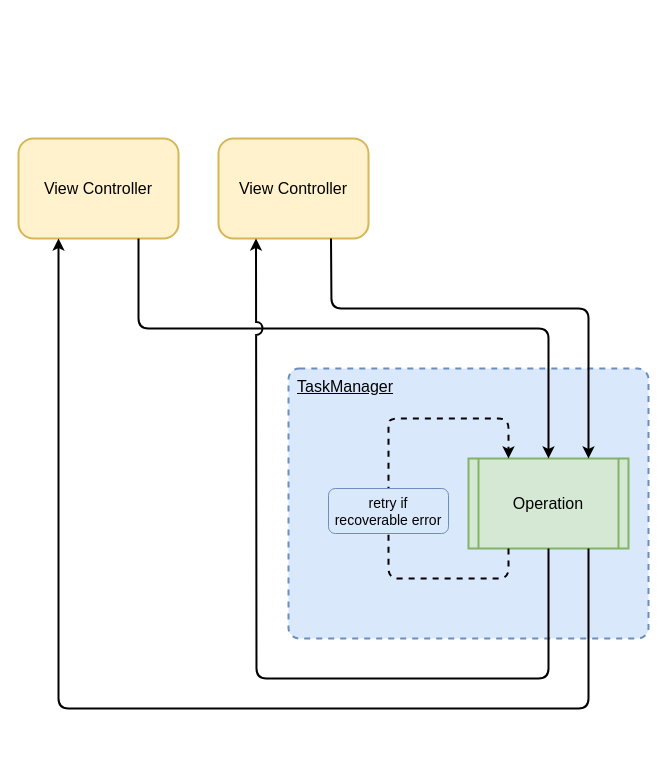
shakurocom/TaskManager keeps this draw.io diagram as task_manager_concept.drawio. Above is the earlier version. Source tidied: cells renumbered, new cells numbered last; positions are measured from the earlier drawing's top-left corner, leaving out a move shared by most shapes. Both pictures are drawn from the tidied source at 100%, with x=0, y=0 at pixel (18, 138).
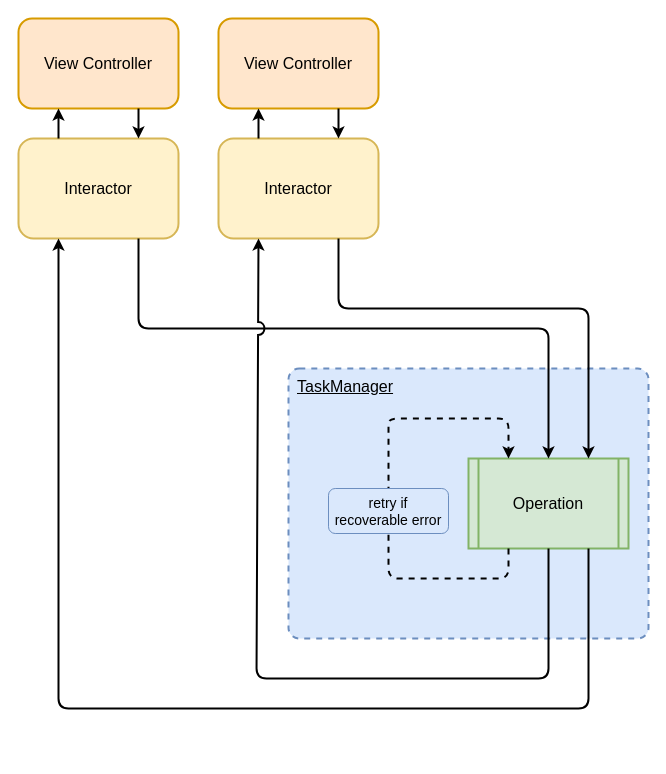
The same diagram, later.

Unchanged cells that the change refers to:
```xml
<mxCell id="5" value="Operation" style="shape=process;whiteSpace=wrap;html=1;backgroundOutline=1;shadow=0;strokeColor=#82b366;fillColor=#d5e8d4;size=0.0625;fontSize=16;strokeWidth=2;" parent="1" vertex="1">
  <mxGeometry x="450" y="320" width="160" height="90" as="geometry" />
</mxCell>
```

Change to the diagram source:
```diff
@@
-    <mxCell id="3" value="View Controller" style="rounded=1;whiteSpace=wrap;html=1;fillColor=#fff2cc;strokeColor=#d6b656;horizontal=1;fontSize=16;strokeWidth=2;" parent="1" vertex="1">
+    <mxCell id="3" value="Interactor" style="rounded=1;whiteSpace=wrap;html=1;fillColor=#fff2cc;strokeColor=#d6b656;horizontal=1;fontSize=16;strokeWidth=2;" parent="1" vertex="1">
       <mxGeometry width="160" height="100" as="geometry" />
     </mxCell>
-    <mxCell id="4" value="View Controller" style="rounded=1;whiteSpace=wrap;html=1;fillColor=#fff2cc;strokeColor=#d6b656;fontSize=16;strokeWidth=2;" parent="1" vertex="1">
-      <mxGeometry x="200" width="150" height="100" as="geometry" />
+    <mxCell id="4" value="Interactor" style="rounded=1;whiteSpace=wrap;html=1;fillColor=#fff2cc;strokeColor=#d6b656;fontSize=16;strokeWidth=2;" parent="1" vertex="1">
+      <mxGeometry x="200" width="160" height="100" as="geometry" />
     </mxCell>
@@
     <mxCell id="6" style="endArrow=classic;html=1;exitX=0.75;exitY=1;exitDx=0;exitDy=0;entryX=0.75;entryY=0;entryDx=0;entryDy=0;strokeWidth=2;jumpStyle=none;" parent="1" edge="1" source="4" target="5">
       <mxGeometry relative="1" as="geometry">
         <Array as="points">
-          <mxPoint x="313" y="170" />
+          <mxPoint x="320" y="170" />
           <mxPoint x="570" y="170" />
         </Array>
       </mxGeometry>
     </mxCell>
@@
+    <mxCell id="13" value="&lt;span&gt;View Controller&lt;/span&gt;" style="rounded=1;whiteSpace=wrap;html=1;glass=0;sketch=0;strokeWidth=2;fontSize=16;fillColor=#ffe6cc;strokeColor=#d79b00;" parent="1" vertex="1">
+      <mxGeometry y="-120" width="160" height="90" as="geometry" />
+    </mxCell>
+    <mxCell id="14" value="&lt;span&gt;View Controller&lt;/span&gt;" style="rounded=1;whiteSpace=wrap;html=1;glass=0;sketch=0;strokeWidth=2;fontSize=16;fillColor=#ffe6cc;strokeColor=#d79b00;" parent="1" vertex="1">
+      <mxGeometry x="200" y="-120" width="160" height="90" as="geometry" />
+    </mxCell>
+    <mxCell id="15" style="endArrow=classic;html=1;strokeWidth=2;fontSize=16;exitX=0.75;exitY=1;exitDx=0;exitDy=0;entryX=0.75;entryY=0;entryDx=0;entryDy=0;" parent="1" edge="1" source="14" target="4">
+      <mxGeometry relative="1" as="geometry" />
+    </mxCell>
+    <mxCell id="16" style="endArrow=classic;html=1;strokeWidth=2;fontSize=16;exitX=0.25;exitY=0;exitDx=0;exitDy=0;entryX=0.25;entryY=1;entryDx=0;entryDy=0;" parent="1" edge="1" source="4" target="14">
+      <mxGeometry relative="1" as="geometry" />
+    </mxCell>
+    <mxCell id="17" style="endArrow=classic;html=1;strokeWidth=2;fontSize=16;exitX=0.25;exitY=0;exitDx=0;exitDy=0;entryX=0.25;entryY=1;entryDx=0;entryDy=0;" parent="1" edge="1" source="3" target="13">
+      <mxGeometry relative="1" as="geometry" />
+    </mxCell>
+    <mxCell id="18" style="endArrow=classic;html=1;strokeWidth=2;fontSize=16;exitX=0.75;exitY=1;exitDx=0;exitDy=0;entryX=0.75;entryY=0;entryDx=0;entryDy=0;" parent="1" edge="1" source="13" target="3">
+      <mxGeometry relative="1" as="geometry" />
+    </mxCell>
```
